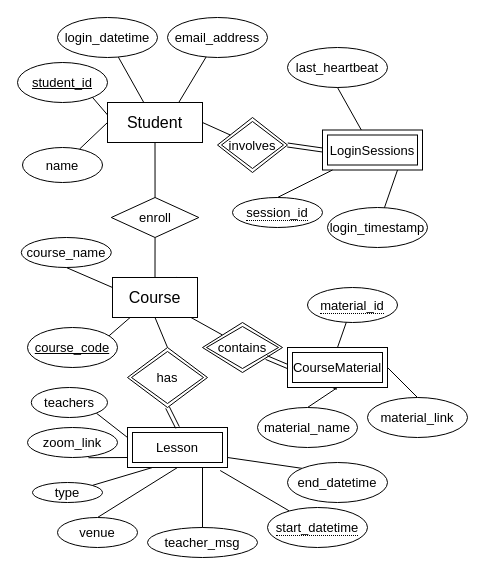
Above: page "ERD Habit Tracker app" (1 of 2) of ER_diagram_update.drawio in jevrii/comp3278-face-recognition (draw.io), before the change. Source tidied: cells renumbered, new cells numbered last; positions are measured from the earlier drawing's top-left corner, leaving out a move shared by most shapes. Both pictures are drawn from the tidied source at 100%, with x=0, y=0 at pixel (17, 17).
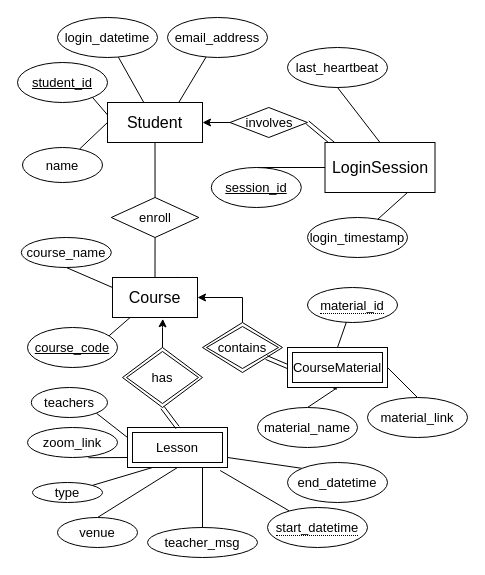
The same diagram, later.

Commit message (it also covers changes not shown here):
pushed the drawio and updated to show particular sem timetable

Unchanged cells that the change refers to:
```xml
<mxCell id="6" value="&lt;font style=&quot;font-size: 16px&quot;&gt;Student&lt;/font&gt;" style="rounded=0;whiteSpace=wrap;html=1;" parent="1" vertex="1">
  <mxGeometry x="90" y="85" width="95" height="40" as="geometry" />
</mxCell>
<mxCell id="12" value="&lt;font style=&quot;font-size: 16px&quot;&gt;Course&lt;/font&gt;" style="rounded=0;whiteSpace=wrap;html=1;" parent="1" vertex="1">
  <mxGeometry x="95" y="260" width="85" height="40" as="geometry" />
</mxCell>
<mxCell id="35" value="contains" style="shape=rhombus;double=1;perimeter=rhombusPerimeter;whiteSpace=wrap;html=1;align=center;fontSize=13;" parent="1" vertex="1">
  <mxGeometry x="185" y="305" width="80" height="50" as="geometry" />
</mxCell>
<mxCell id="50" value="last_heartbeat" style="ellipse;whiteSpace=wrap;html=1;align=center;fontSize=13;" parent="1" vertex="1">
  <mxGeometry x="270" y="30" width="100" height="40" as="geometry" />
</mxCell>
```

The edit, as a diff of the source:
```diff
@@
-    <mxCell id="11" style="edgeStyle=none;rounded=0;jettySize=auto;html=1;exitX=0.5;exitY=1;exitDx=0;exitDy=0;entryX=0.5;entryY=0;entryDx=0;entryDy=0;endArrow=none;endFill=0;fontSize=13;" parent="1" edge="1" source="12" target="26">
-      <mxGeometry relative="1" as="geometry" />
-    </mxCell>
@@
+    <mxCell id="59" style="edgeStyle=orthogonalEdgeStyle;rounded=0;jettySize=auto;html=1;entryX=0.592;entryY=1.033;entryDx=0;entryDy=0;entryPerimeter=0;" parent="1" edge="1" source="26" target="12">
+      <mxGeometry relative="1" as="geometry" />
+    </mxCell>
     <mxCell id="26" value="has" style="shape=rhombus;double=1;perimeter=rhombusPerimeter;whiteSpace=wrap;html=1;align=center;fontSize=13;" parent="1" vertex="1">
-      <mxGeometry x="110" y="330" width="80" height="60" as="geometry" />
+      <mxGeometry x="105" y="330" width="80" height="60" as="geometry" />
     </mxCell>
@@
-    <mxCell id="34" style="edgeStyle=none;rounded=0;jettySize=auto;html=1;exitX=0;exitY=0;exitDx=0;exitDy=0;endArrow=none;endFill=0;fontSize=13;" parent="1" edge="1" source="35" target="12">
+    <mxCell id="34" style="edgeStyle=orthogonalEdgeStyle;rounded=0;jettySize=auto;html=1;exitX=0.5;exitY=0;exitDx=0;exitDy=0;entryX=1;entryY=0.5;entryDx=0;entryDy=0;" parent="1" edge="1" source="35" target="12">
       <mxGeometry relative="1" as="geometry" />
     </mxCell>
@@
-    <mxCell id="47" value="LoginSessions" style="shape=ext;margin=3;double=1;whiteSpace=wrap;html=1;align=center;fontSize=13;" parent="1" vertex="1">
-      <mxGeometry x="305" y="112.5" width="100" height="40" as="geometry" />
-    </mxCell>
-    <mxCell id="48" value="&lt;span style=&quot;border-bottom: 1px dotted&quot;&gt;session_id&lt;/span&gt;" style="ellipse;whiteSpace=wrap;html=1;align=center;fontSize=13;" parent="1" vertex="1">
-      <mxGeometry x="215" y="180" width="90" height="30" as="geometry" />
-    </mxCell>
     <mxCell id="49" value="login_timestamp" style="ellipse;whiteSpace=wrap;html=1;align=center;fontSize=13;" parent="1" vertex="1">
-      <mxGeometry x="310" y="190" width="100" height="40" as="geometry" />
+      <mxGeometry x="290" y="200" width="100" height="40" as="geometry" />
     </mxCell>
@@
-    <mxCell id="51" style="edgeStyle=none;rounded=0;jettySize=auto;html=1;exitX=0.5;exitY=0;exitDx=0;exitDy=0;endArrow=none;endFill=0;fontSize=13;" parent="1" edge="1" source="48" target="47">
-      <mxGeometry relative="1" as="geometry" />
+    <mxCell id="51" style="edgeStyle=none;rounded=0;jettySize=auto;html=1;exitX=0.5;exitY=0;exitDx=0;exitDy=0;endArrow=none;endFill=0;fontSize=13;" parent="1" edge="1" source="48">
+      <mxGeometry relative="1" as="geometry">
+        <mxPoint x="314" y="150" as="targetPoint" />
+      </mxGeometry>
     </mxCell>
-    <mxCell id="52" style="edgeStyle=none;rounded=0;jettySize=auto;html=1;endArrow=none;endFill=0;fontSize=13;entryX=0.75;entryY=1;entryDx=0;entryDy=0;" parent="1" edge="1" source="49" target="47">
-      <mxGeometry relative="1" as="geometry" />
+    <mxCell id="52" style="edgeStyle=none;rounded=0;jettySize=auto;html=1;endArrow=none;endFill=0;fontSize=13;entryX=0.75;entryY=1;entryDx=0;entryDy=0;startArrow=none;" parent="1" edge="1" source="60">
+      <mxGeometry relative="1" as="geometry">
+        <mxPoint x="385" y="150" as="targetPoint" />
+      </mxGeometry>
     </mxCell>
-    <mxCell id="53" style="edgeStyle=none;rounded=0;jettySize=auto;html=1;endArrow=none;endFill=0;fontSize=13;entryX=0.5;entryY=1;entryDx=0;entryDy=0;" parent="1" edge="1" source="47" target="50">
+    <mxCell id="53" style="edgeStyle=none;rounded=0;jettySize=auto;html=1;endArrow=none;endFill=0;fontSize=13;entryX=0.5;entryY=1;entryDx=0;entryDy=0;exitX=0.5;exitY=0;exitDx=0;exitDy=0;" parent="1" edge="1" source="60" target="50">
       <mxGeometry relative="1" as="geometry" />
     </mxCell>
-    <mxCell id="54" value="involves" style="shape=rhombus;double=1;perimeter=rhombusPerimeter;whiteSpace=wrap;html=1;align=center;fontSize=13;" parent="1" vertex="1">
-      <mxGeometry x="200" y="100" width="70" height="55" as="geometry" />
-    </mxCell>
-    <mxCell id="55" style="endArrow=none;html=1;entryX=1;entryY=0.5;entryDx=0;entryDy=0;" parent="1" edge="1" source="54" target="6">
-      <mxGeometry relative="1" as="geometry" />
-    </mxCell>
-    <mxCell id="56" style="edgeStyle=none;rounded=0;jettySize=auto;html=1;exitX=0;exitY=0.5;exitDx=0;exitDy=0;endArrow=none;endFill=0;fontSize=13;shape=link;entryX=1;entryY=0.5;entryDx=0;entryDy=0;" parent="1" edge="1" source="47" target="54">
-      <mxGeometry relative="1" as="geometry" />
+    <mxCell id="56" style="edgeStyle=none;rounded=0;jettySize=auto;html=1;endArrow=none;endFill=0;fontSize=13;shape=link;entryX=1;entryY=0.5;entryDx=0;entryDy=0;" parent="1" edge="1" target="54">
+      <mxGeometry relative="1" as="geometry">
+        <mxPoint x="320" y="130" as="sourcePoint" />
+      </mxGeometry>
     </mxCell>
@@
+    <mxCell id="48" value="session_id" style="ellipse;whiteSpace=wrap;html=1;align=center;fontStyle=4;fontSize=13;" parent="1" vertex="1">
+      <mxGeometry x="193.8" y="150" width="90" height="40" as="geometry" />
+    </mxCell>
+    <mxCell id="55" style="edgeStyle=orthogonalEdgeStyle;rounded=0;jettySize=auto;html=1;exitX=0;exitY=0.5;exitDx=0;exitDy=0;entryX=1;entryY=0.5;entryDx=0;entryDy=0;" parent="1" edge="1" source="54" target="6">
+      <mxGeometry relative="1" as="geometry" />
+    </mxCell>
+    <mxCell id="54" value="involves" style="shape=rhombus;perimeter=rhombusPerimeter;whiteSpace=wrap;html=1;align=center;fontSize=13;" parent="1" vertex="1">
+      <mxGeometry x="212.5" y="90" width="77.5" height="30" as="geometry" />
+    </mxCell>
+    <mxCell id="60" value="&lt;span style=&quot;font-size: 16px&quot;&gt;LoginSession&lt;/span&gt;" style="rounded=0;whiteSpace=wrap;html=1;" parent="1" vertex="1">
+      <mxGeometry x="307.5" y="125" width="110" height="50" as="geometry" />
+    </mxCell>
+    <mxCell id="61" style="edgeStyle=none;rounded=0;jettySize=auto;html=1;endArrow=none;endFill=0;fontSize=13;entryX=0.75;entryY=1;entryDx=0;entryDy=0;" parent="1" edge="1" source="49" target="60">
+      <mxGeometry relative="1" as="geometry" />
+    </mxCell>
```
